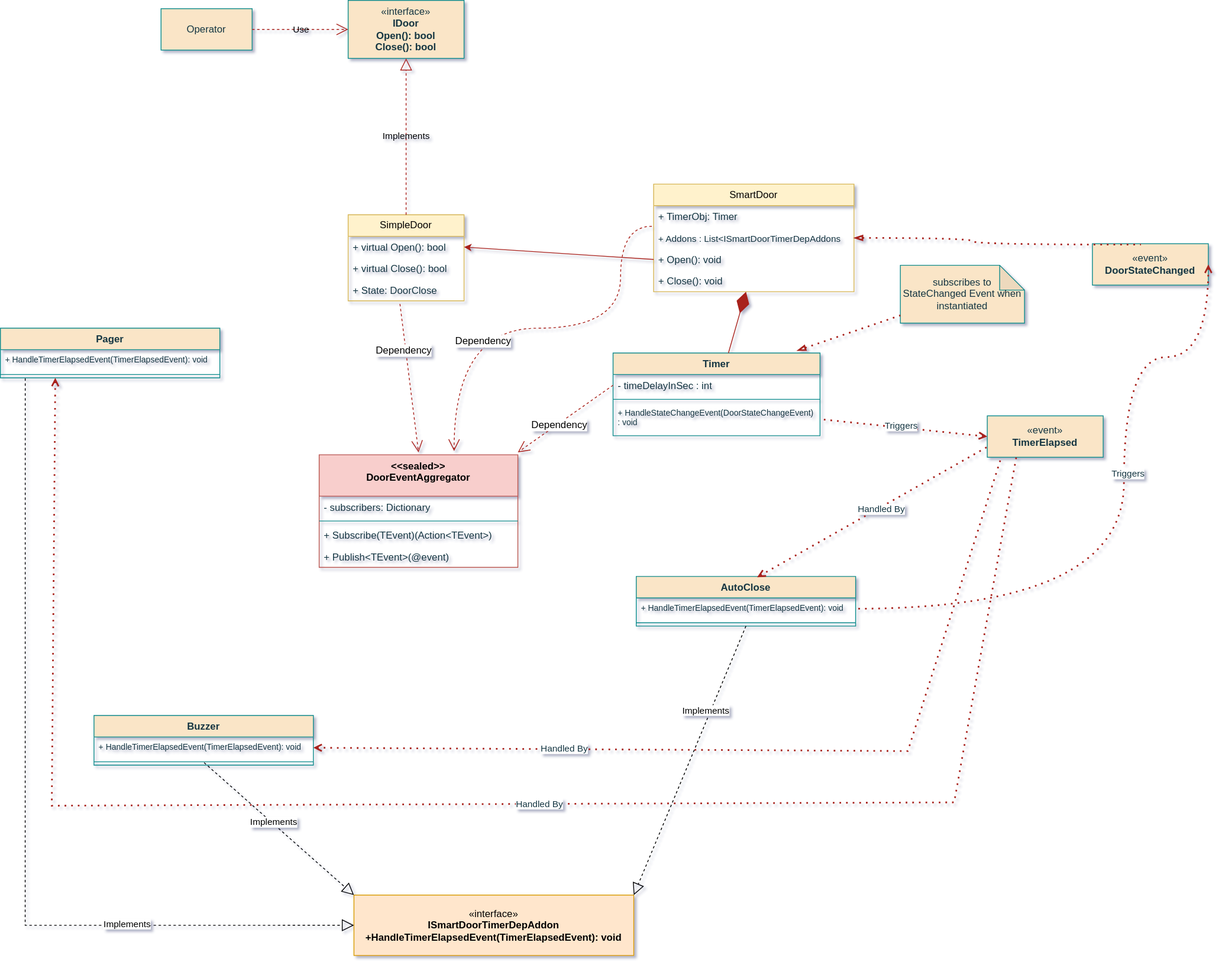
Before: DoorModelEventAggregator.drawio.svg, a diagram exported from draw.io (sameert89/DoorEventAggregatorPattern). Source tidied: cells renumbered, new cells last; positions are measured from the earlier drawing's top-left corner, leaving out a move shared by most shapes.
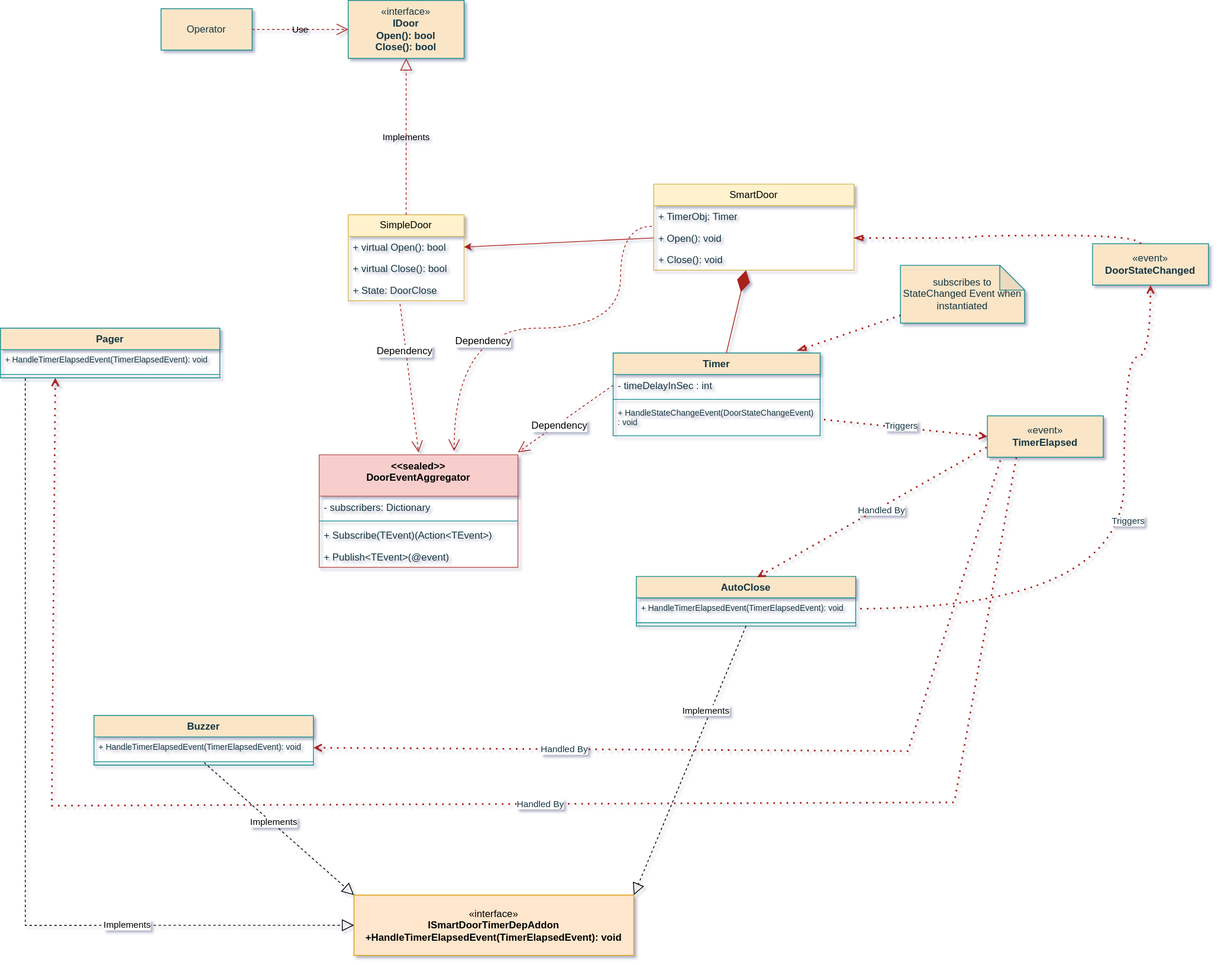
Later version of the same file.

Change to the diagram source:
```diff
@@ -1,4 +1,4 @@
-<mxGraphModel shadow="1">
+<mxGraphModel background="#ffffff" shadow="1">
   <root>
     <mxCell id="0" />
     <mxCell id="1" parent="0" />
@@ -21,19 +21,16 @@
       <mxGeometry y="78" width="140" height="26" as="geometry" />
     </mxCell>
     <mxCell id="8" value="SmartDoor" style="swimlane;fontStyle=0;horizontal=1;startSize=26;fillColor=#fff2cc;whiteSpace=wrap;html=1;labelBackgroundColor=none;strokeColor=#d6b656;" parent="1" vertex="1">
-      <mxGeometry x="789" y="222" width="242" height="130" as="geometry" />
+      <mxGeometry x="789" y="222" width="242" height="104" as="geometry" />
     </mxCell>
     <mxCell id="9" value="+ TimerObj: Timer" style="text;strokeColor=none;fillColor=none;align=left;verticalAlign=top;spacingLeft=4;spacingRight=4;overflow=hidden;points=[[0,0.5],[1,0.5]];portConstraint=eastwest;whiteSpace=wrap;html=1;labelBackgroundColor=none;fontColor=#143642;" parent="8" vertex="1">
       <mxGeometry y="26" width="242" height="26" as="geometry" />
     </mxCell>
-    <mxCell id="10" value="&lt;font style=&quot;font-size: 11px;&quot;&gt;+ Addons : List&amp;lt;ISmartDoorTimerDepAddons&lt;/font&gt;" style="text;strokeColor=none;fillColor=none;align=left;verticalAlign=top;spacingLeft=4;spacingRight=4;overflow=hidden;points=[[0,0.5],[1,0.5]];portConstraint=eastwest;whiteSpace=wrap;html=1;labelBackgroundColor=none;fontColor=#143642;" parent="8" vertex="1">
-      <mxGeometry y="52" width="242" height="26" as="geometry" />
-    </mxCell>
     <mxCell id="11" value="+ Open(): void" style="text;strokeColor=none;fillColor=none;align=left;verticalAlign=top;spacingLeft=4;spacingRight=4;overflow=hidden;points=[[0,0.5],[1,0.5]];portConstraint=eastwest;whiteSpace=wrap;html=1;labelBackgroundColor=none;fontColor=#143642;" parent="8" vertex="1">
-      <mxGeometry y="78" width="242" height="26" as="geometry" />
+      <mxGeometry y="52" width="242" height="26" as="geometry" />
     </mxCell>
     <mxCell id="12" value="+ Close(): void" style="text;strokeColor=none;fillColor=none;align=left;verticalAlign=top;spacingLeft=4;spacingRight=4;overflow=hidden;points=[[0,0.5],[1,0.5]];portConstraint=eastwest;whiteSpace=wrap;html=1;labelBackgroundColor=none;fontColor=#143642;" parent="8" vertex="1">
-      <mxGeometry y="104" width="242" height="26" as="geometry" />
+      <mxGeometry y="78" width="242" height="26" as="geometry" />
     </mxCell>
     <mxCell id="13" value="Timer" style="swimlane;fontStyle=1;align=center;verticalAlign=top;horizontal=1;startSize=26;whiteSpace=wrap;html=1;labelBackgroundColor=none;fillColor=#FAE5C7;strokeColor=#0F8B8D;fontColor=#143642;" parent="1" vertex="1">
       <mxGeometry x="740" y="426" width="250" height="100" as="geometry" />
@@ -147,9 +144,10 @@
     <mxCell id="46" style="line;strokeWidth=1;fillColor=none;align=left;verticalAlign=middle;spacingTop=-1;spacingLeft=3;spacingRight=3;labelPosition=right;strokeColor=#0F8B8D;labelBackgroundColor=none;fontColor=#143642;" parent="44" vertex="1">
       <mxGeometry y="52" width="265" height="8" as="geometry" />
     </mxCell>
-    <mxCell id="47" style="endArrow=none;dashed=1;html=1;dashPattern=1 3;strokeWidth=2;rounded=0;entryX=1;entryY=0.5;entryDx=0;entryDy=0;startArrow=open;startFill=0;exitX=1;exitY=0.5;exitDx=0;exitDy=0;edgeStyle=orthogonalEdgeStyle;curved=1;labelBackgroundColor=none;strokeColor=#A8201A;fontColor=default;" parent="1" edge="1" source="2" target="45">
+    <mxCell id="47" style="endArrow=none;dashed=1;html=1;dashPattern=1 3;strokeWidth=2;rounded=0;entryX=1;entryY=0.5;entryDx=0;entryDy=0;startArrow=open;startFill=0;exitX=0.5;exitY=1;exitDx=0;exitDy=0;edgeStyle=orthogonalEdgeStyle;curved=1;labelBackgroundColor=none;strokeColor=#A8201A;fontColor=default;" parent="1" edge="1" source="2" target="45">
       <mxGeometry relative="1" as="geometry">
         <Array as="points">
+          <mxPoint x="1389" y="431" />
           <mxPoint x="1357" y="431" />
           <mxPoint x="1357" y="735" />
         </Array>
@@ -189,8 +187,10 @@
         <mxPoint x="544" y="-2" as="offset" />
       </mxGeometry>
     </mxCell>
-    <mxCell id="55" style="endArrow=none;dashed=1;html=1;dashPattern=1 3;strokeWidth=2;rounded=0;exitX=1;exitY=0.5;exitDx=0;exitDy=0;startArrow=blockThin;startFill=0;labelBackgroundColor=none;strokeColor=#A8201A;fontColor=default;entryX=0.419;entryY=0.021;entryDx=0;entryDy=0;entryPerimeter=0;edgeStyle=orthogonalEdgeStyle;curved=1;" parent="1" edge="1" source="10" target="2">
-      <mxGeometry relative="1" as="geometry" />
+    <mxCell id="55" style="endArrow=none;dashed=1;html=1;dashPattern=1 3;strokeWidth=2;rounded=0;exitX=1;exitY=0.5;exitDx=0;exitDy=0;startArrow=blockThin;startFill=0;labelBackgroundColor=none;strokeColor=#A8201A;fontColor=default;entryX=0.419;entryY=0.021;entryDx=0;entryDy=0;entryPerimeter=0;edgeStyle=orthogonalEdgeStyle;curved=1;" parent="1" edge="1" target="2">
+      <mxGeometry relative="1" as="geometry">
+        <mxPoint x="1031" y="287" as="sourcePoint" />
+      </mxGeometry>
     </mxCell>
     <mxCell id="56" value="«interface»&lt;br&gt;&lt;b&gt;ISmartDoorTimerDepAddon&lt;br&gt;+HandleTimerElapsedEvent(TimerElapsedEvent): void&lt;br&gt;&lt;/b&gt;" style="html=1;whiteSpace=wrap;fillColor=#ffe6cc;strokeColor=#d79b00;" parent="1" vertex="1">
       <mxGeometry x="427" y="1081" width="338" height="73" as="geometry" />
```
